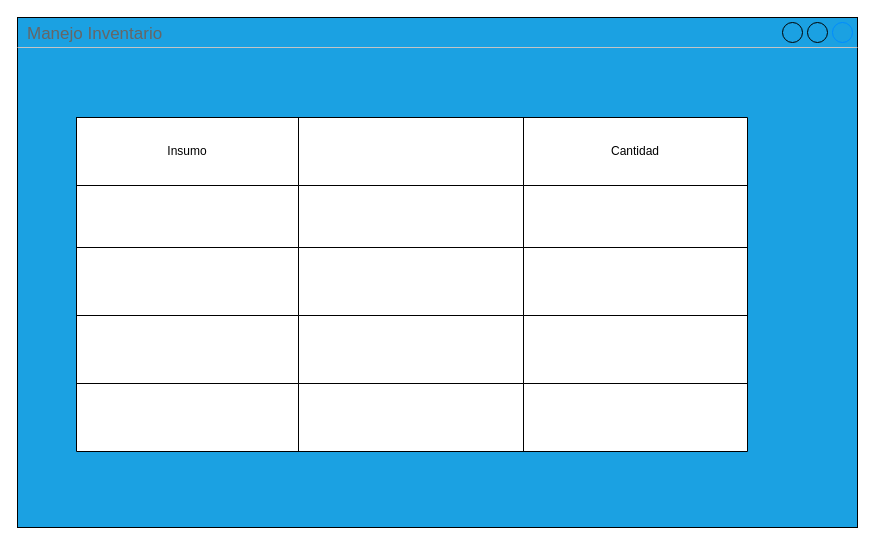
This is Ventanas/MockUp/ManejoInventario.drawio from ecadiz123/ProyectoAvaloniaProgra2, a draw.io file, before an edit. Source tidied: cells renumbered, new cells numbered last; positions are measured from the earlier drawing's top-left corner, leaving out a move shared by most shapes. Both pictures are drawn from the tidied source at 100%, with x=0, y=0 at pixel (17, 17).
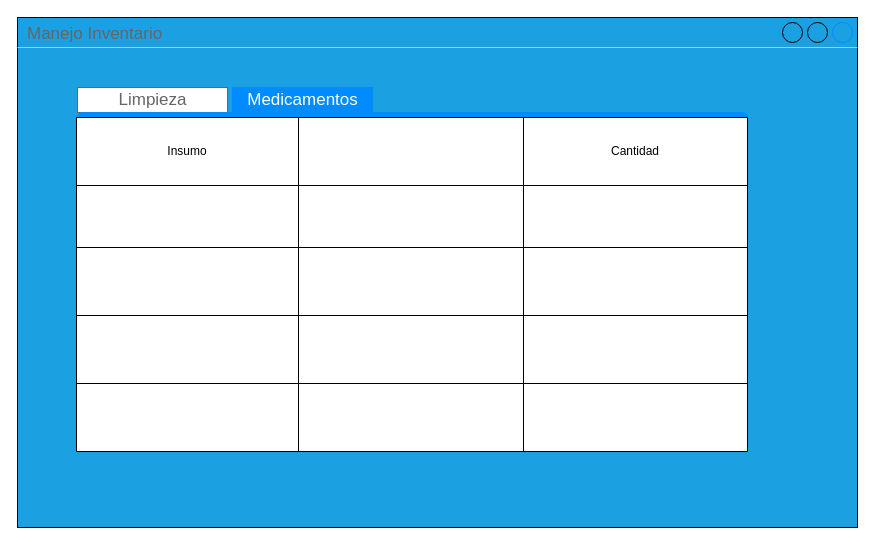
The same page after the edit.

Change to the diagram source:
```diff
@@
+    <mxCell id="24" style="strokeWidth=1;shadow=0;dashed=0;align=center;html=1;shape=mxgraph.mockup.containers.marginRect2;rectMarginTop=32;strokeColor=#666666;gradientColor=none;whiteSpace=wrap;" parent="1" vertex="1">
+      <mxGeometry x="60" y="70" width="670" height="360" as="geometry" />
+    </mxCell>
+    <mxCell id="25" value="Limpieza" style="strokeColor=inherit;fillColor=inherit;gradientColor=inherit;strokeWidth=1;shadow=0;dashed=0;align=center;html=1;shape=mxgraph.mockup.containers.rrect;rSize=0;fontSize=17;fontColor=#666666;gradientColor=none;" parent="24" vertex="1">
+      <mxGeometry width="150" height="25" relative="1" as="geometry" />
+    </mxCell>
+    <mxCell id="26" value="Medicamentos" style="strokeWidth=1;shadow=0;dashed=0;align=center;html=1;shape=mxgraph.mockup.containers.rrect;rSize=0;fontSize=17;fontColor=#ffffff;strokeColor=#008cff;fillColor=#008cff;" parent="24" vertex="1">
+      <mxGeometry width="140" height="25" relative="1" as="geometry">
+        <mxPoint x="155" as="offset" />
+      </mxGeometry>
+    </mxCell>
+    <mxCell id="27" style="strokeWidth=1;shadow=0;dashed=0;align=center;html=1;shape=mxgraph.mockup.containers.topButton;rSize=5;strokeColor=#008cff;fillColor=#008cff;gradientColor=none;" parent="24" vertex="1">
+      <mxGeometry width="670" height="7" relative="1" as="geometry">
+        <mxPoint y="25" as="offset" />
+      </mxGeometry>
+    </mxCell>
```
